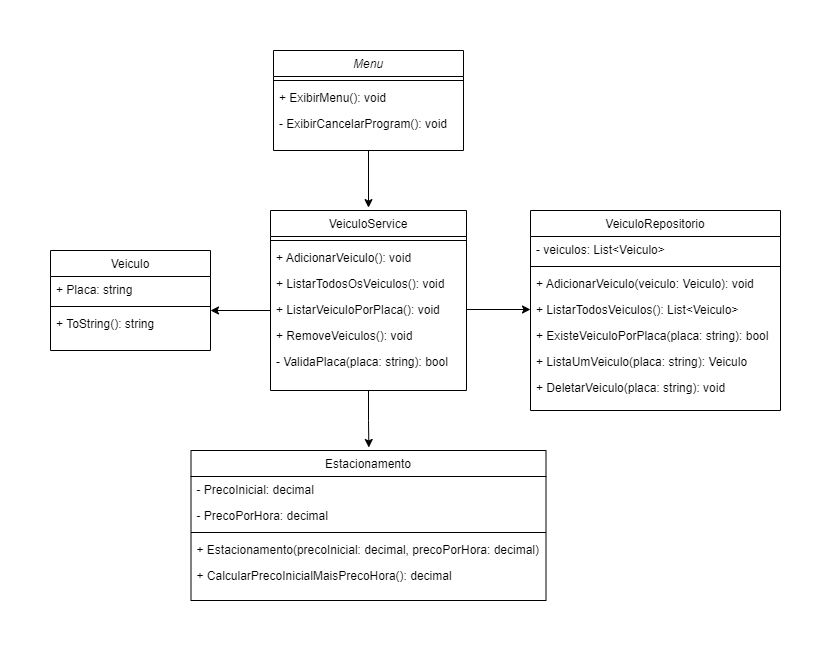
This is image/diagramaClasse.drawio.png from digitalinnovationone/trilha-net-fundamentos-desafio, a draw.io export, as it was before one commit. Source tidied: cells renumbered, new cells last; positions are measured from the earlier drawing's top-left corner, leaving out a move shared by most shapes.
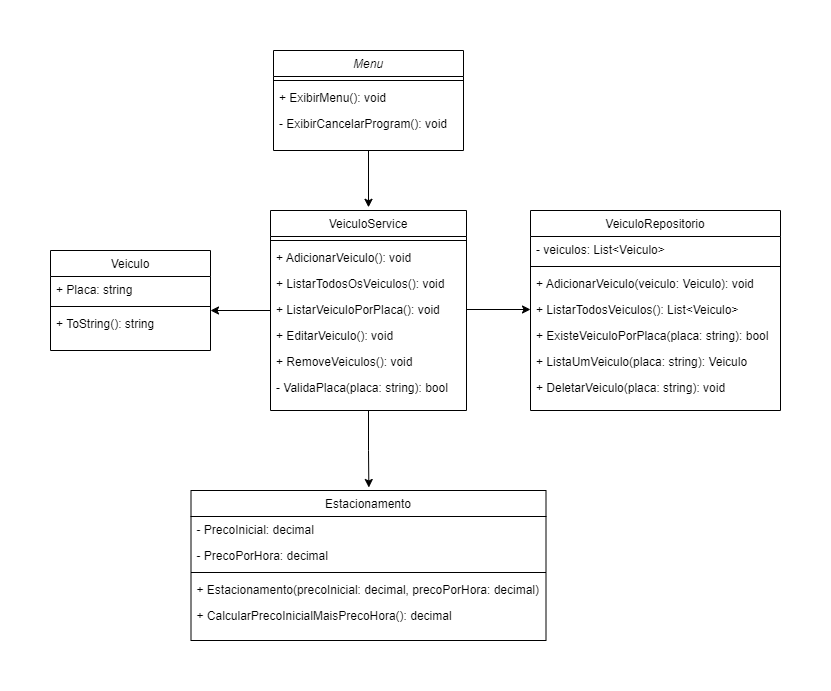
Above is the later version.

Commit message:
Adicionado no diagrama de classe o método de EditarVeiculo

Change to the diagram source:
```diff
@@ -51,7 +51,7 @@
       <mxGeometry y="164" width="250" height="26" as="geometry" />
     </mxCell>
     <mxCell id="18" value="VeiculoService" style="swimlane;fontStyle=0;align=center;verticalAlign=top;horizontal=1;startSize=26;rounded=0;shadow=0;strokeWidth=1;" parent="1" vertex="1">
-      <mxGeometry x="220" y="160" width="196" height="180" as="geometry" />
+      <mxGeometry x="220" y="160" width="196" height="200" as="geometry" />
     </mxCell>
     <mxCell id="19" style="line;html=1;strokeWidth=1;align=left;verticalAlign=middle;spacingTop=-1;spacingLeft=3;spacingRight=3;labelPosition=right;" parent="18" vertex="1">
       <mxGeometry y="26" width="196" height="8" as="geometry" />
@@ -65,14 +65,17 @@
     <mxCell id="22" value="+ ListarVeiculoPorPlaca(): void" style="text;align=left;verticalAlign=top;spacingLeft=4;spacingRight=4;overflow=hidden;points=[[0,0.5],[1,0.5]];portConstraint=eastwest;" parent="18" vertex="1">
       <mxGeometry y="86" width="196" height="26" as="geometry" />
     </mxCell>
+    <mxCell id="35" value="+ EditarVeiculo(): void" style="text;align=left;verticalAlign=top;spacingLeft=4;spacingRight=4;overflow=hidden;" parent="18" vertex="1">
+      <mxGeometry y="112" width="196" height="26" as="geometry" />
+    </mxCell>
     <mxCell id="23" value="+ RemoveVeiculos(): void" style="text;align=left;verticalAlign=top;spacingLeft=4;spacingRight=4;overflow=hidden;" parent="18" vertex="1">
-      <mxGeometry y="112" width="196" height="26" as="geometry" />
+      <mxGeometry y="138" width="196" height="26" as="geometry" />
     </mxCell>
     <mxCell id="24" value="- ValidaPlaca(placa: string): bool" style="text;align=left;verticalAlign=top;spacingLeft=4;spacingRight=4;overflow=hidden;" parent="18" vertex="1">
-      <mxGeometry y="138" width="196" height="26" as="geometry" />
+      <mxGeometry y="164" width="196" height="26" as="geometry" />
     </mxCell>
     <mxCell id="25" value="Estacionamento" style="swimlane;fontStyle=0;align=center;verticalAlign=top;horizontal=1;startSize=26;rounded=0;shadow=0;strokeWidth=1;" parent="1" vertex="1">
-      <mxGeometry x="140.5" y="400" width="355" height="150" as="geometry" />
+      <mxGeometry x="140.5" y="440" width="355" height="150" as="geometry" />
     </mxCell>
     <mxCell id="26" value="- PrecoInicial: decimal" style="text;align=left;verticalAlign=top;spacingLeft=4;spacingRight=4;overflow=hidden;" parent="25" vertex="1">
       <mxGeometry y="26" width="355" height="26" as="geometry" />
```
